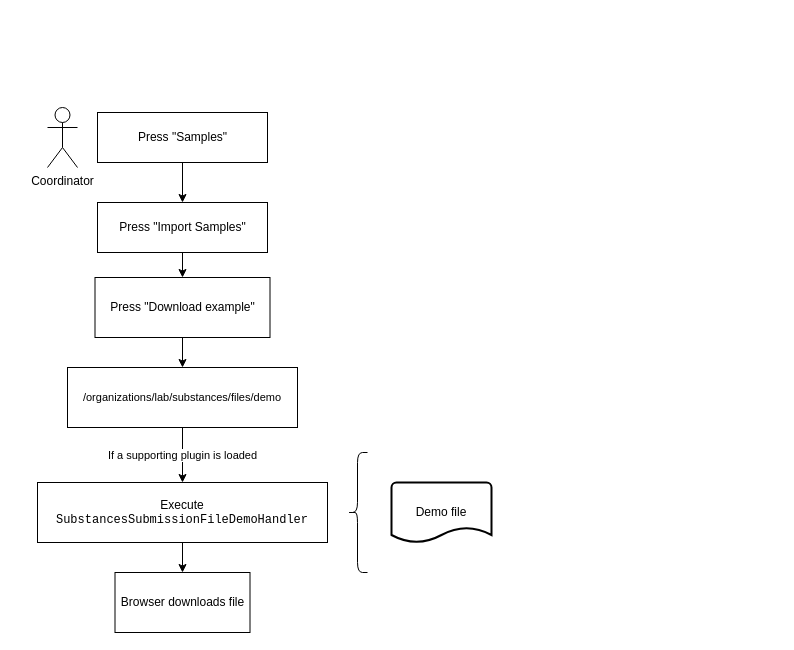
Earlier version of the draw.io diagram page "2.2: Download example file" (3 of 17) of diagrams/2_webui.drawio (commonlims/commonlims-design). Source tidied: cells renumbered, new cells numbered last; positions are measured from the earlier drawing's top-left corner, leaving out a move shared by most shapes. Both pictures are drawn from the tidied source at 100%, with x=0, y=0 at pixel (37, 107).
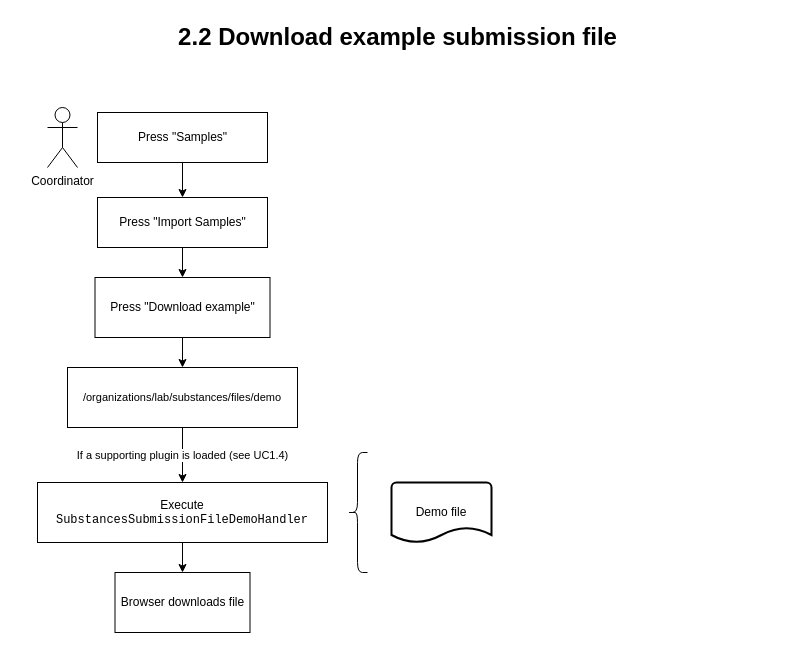
Above is the later version.

The edit, as a diff of the source:
```diff
@@
 <mxGraphModel>
   <root>
     <mxCell id="0" />
     <mxCell id="1" parent="0" />
     <mxCell id="2" value="Coordinator" style="shape=umlActor;verticalLabelPosition=bottom;verticalAlign=top;html=1;" parent="1" vertex="1">
       <mxGeometry x="10" width="30" height="60" as="geometry" />
     </mxCell>
     <mxCell id="3" style="edgeStyle=orthogonalEdgeStyle;rounded=0;jettySize=auto;html=1;" parent="1" edge="1" source="4" target="5">
       <mxGeometry relative="1" as="geometry" />
     </mxCell>
     <mxCell id="4" value="Press &quot;Import Samples&quot;" style="html=1;" parent="1" vertex="1">
-      <mxGeometry x="60" y="95" width="170" height="50" as="geometry" />
+      <mxGeometry x="60" y="90" width="170" height="50" as="geometry" />
     </mxCell>
     <mxCell id="5" value="Press &quot;Download example&quot;" style="whiteSpace=wrap;html=1;" parent="1" vertex="1">
       <mxGeometry x="57.5" y="170" width="175" height="60" as="geometry" />
     </mxCell>
     <mxCell id="6" style="edgeStyle=orthogonalEdgeStyle;rounded=0;jettySize=auto;html=1;" parent="1" edge="1" source="5" target="10">
       <mxGeometry relative="1" as="geometry" />
     </mxCell>
     <mxCell id="7" style="edgeStyle=orthogonalEdgeStyle;rounded=0;jettySize=auto;html=1;" parent="1" edge="1" source="8" target="4">
       <mxGeometry relative="1" as="geometry" />
     </mxCell>
     <mxCell id="8" value="Press &quot;Samples&quot;" style="html=1;" parent="1" vertex="1">
       <mxGeometry x="60" y="5" width="170" height="50" as="geometry" />
     </mxCell>
-    <mxCell id="9" value="If a supporting plugin is loaded" style="edgeStyle=orthogonalEdgeStyle;rounded=0;jettySize=auto;html=1;" parent="1" edge="1" source="10" target="12">
+    <mxCell id="9" value="If a supporting plugin is loaded (see UC1.4)" style="edgeStyle=orthogonalEdgeStyle;rounded=0;jettySize=auto;html=1;" parent="1" edge="1" source="10" target="12">
       <mxGeometry relative="1" as="geometry" />
     </mxCell>
     <mxCell id="10" value="&lt;span style=&quot;font-size: 11px ; background-color: rgb(255 , 255 , 255)&quot;&gt;/organizations/lab/substances/files/demo&lt;/span&gt;" style="whiteSpace=wrap;html=1;" parent="1" vertex="1">
       <mxGeometry x="30" y="260" width="230" height="60" as="geometry" />
     </mxCell>
     <mxCell id="11" style="edgeStyle=orthogonalEdgeStyle;rounded=0;jettySize=auto;html=1;endArrow=classic;endFill=1;fontSize=12;" parent="1" edge="1" source="12" target="15">
       <mxGeometry relative="1" as="geometry" />
     </mxCell>
     <mxCell id="12" value="Execute &lt;font face=&quot;Courier New&quot;&gt;SubstancesSubmissionFileDemoHandler&lt;/font&gt;" style="whiteSpace=wrap;html=1;" parent="1" vertex="1">
       <mxGeometry y="375" width="290" height="60" as="geometry" />
     </mxCell>
     <mxCell id="13" style="shape=curlyBracket;whiteSpace=wrap;html=1;rounded=1;fontSize=12;" parent="1" vertex="1">
       <mxGeometry x="310" y="345" width="20" height="120" as="geometry" />
     </mxCell>
     <mxCell id="14" value="Demo file" style="strokeWidth=2;html=1;shape=mxgraph.flowchart.document2;whiteSpace=wrap;size=0.25;fontSize=12;" parent="1" vertex="1">
       <mxGeometry x="354" y="375" width="100" height="60" as="geometry" />
     </mxCell>
     <mxCell id="15" value="Browser downloads file" style="whiteSpace=wrap;html=1;" parent="1" vertex="1">
       <mxGeometry x="77.5" y="465" width="135" height="60" as="geometry" />
     </mxCell>
+    <mxCell id="16" value="2.2 Download example submission file" style="text;strokeColor=none;fillColor=none;html=1;fontSize=24;fontStyle=1;verticalAlign=middle;align=center;" parent="1" vertex="1">
+      <mxGeometry x="-20" y="-90" width="760" height="40" as="geometry" />
+    </mxCell>
   </root>
 </mxGraphModel>
```
